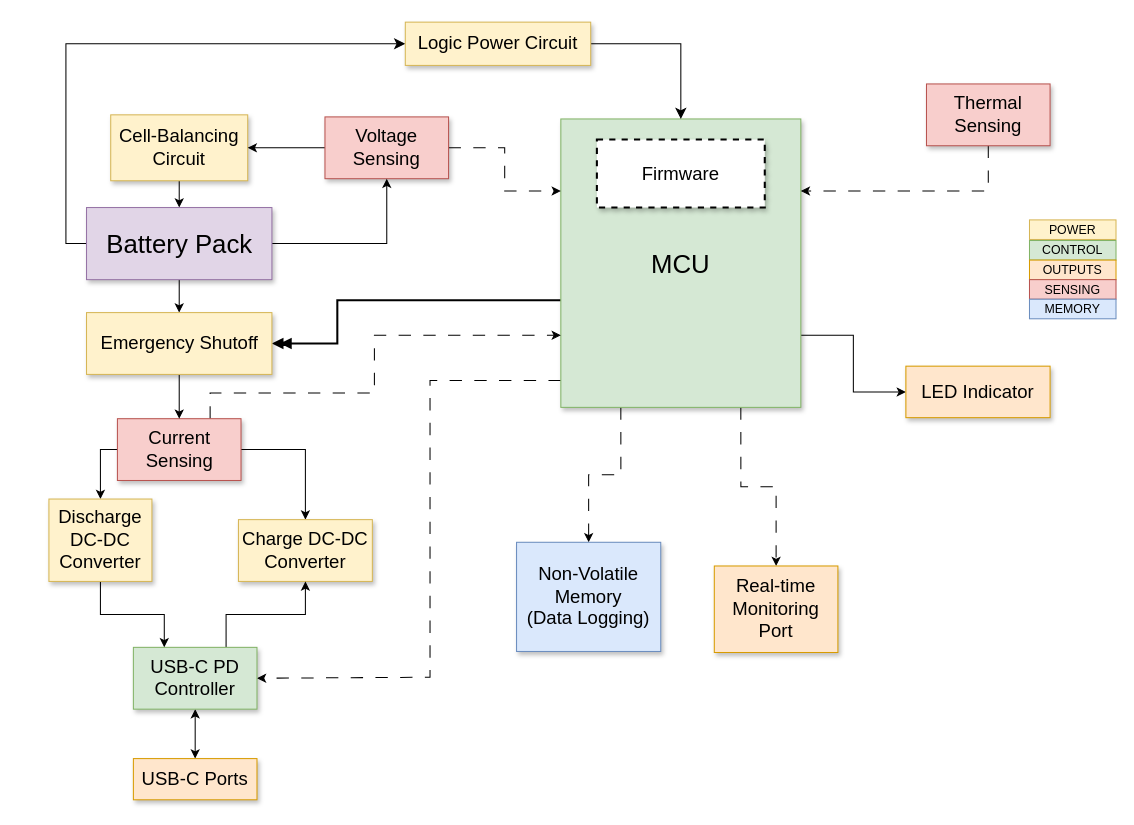
Before: page "Top level" (1 of 3) of System_architecture.drawio in Spirit-Crusher/BattMaster, a draw.io diagram. Source tidied: cells renumbered, new cells numbered last; positions are measured from the earlier drawing's top-left corner, leaving out a move shared by most shapes. Both pictures are drawn from the tidied source at 103%, with x=0, y=0 at pixel (48, 22).
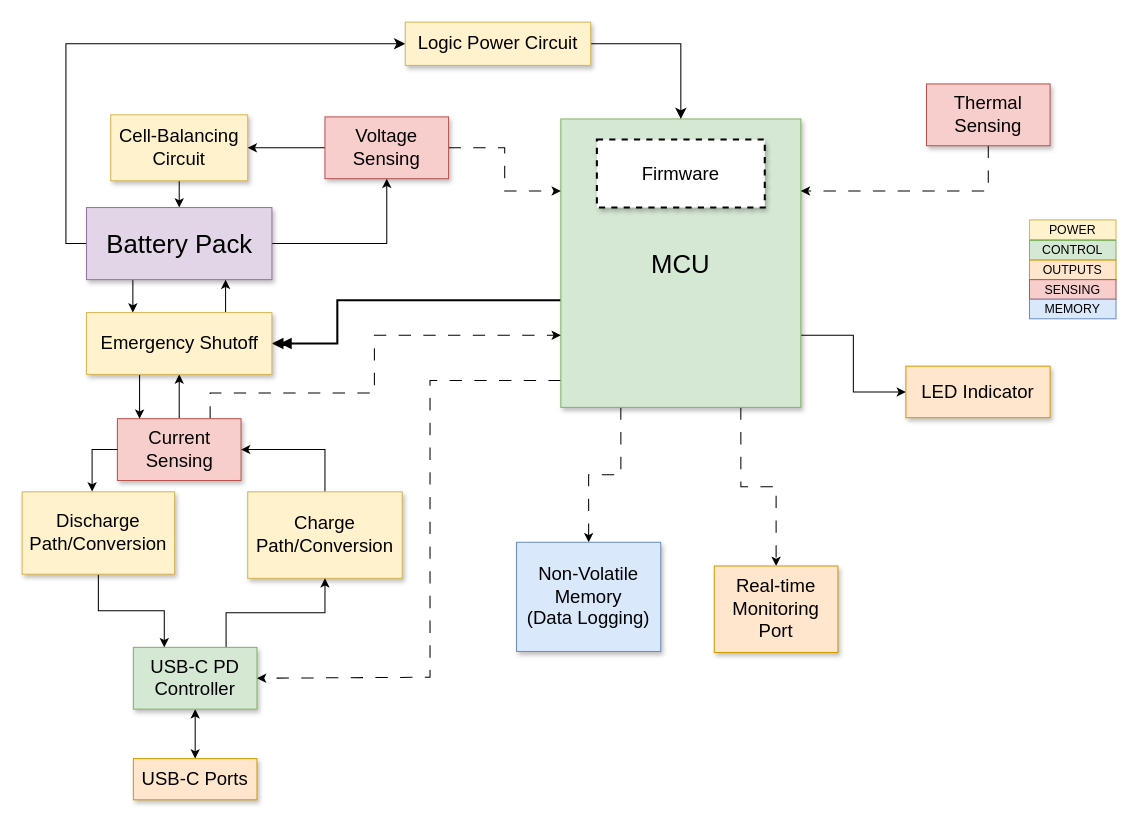
Above is the later version.

The change refers to these unchanged cells:
```xml
<mxCell id="21" value="&lt;font style=&quot;font-size: 25px;&quot;&gt;Battery Pack&lt;/font&gt;" style="whiteSpace=wrap;html=1;shadow=1;fontSize=18;fillColor=#e1d5e7;strokeColor=#9673a6;" parent="1" vertex="1">
  <mxGeometry x="36.5" y="180" width="180" height="70" as="geometry" />
</mxCell>
<mxCell id="25" value="Current Sensing" style="whiteSpace=wrap;html=1;shadow=1;fontSize=18;fillColor=#f8cecc;strokeColor=#b85450;" parent="1" vertex="1">
  <mxGeometry x="66.5" y="385" width="120" height="60" as="geometry" />
</mxCell>
<mxCell id="29" value="Emergency Shutoff" style="whiteSpace=wrap;html=1;shadow=1;fontSize=18;fillColor=#fff2cc;strokeColor=#d6b656;" parent="1" vertex="1">
  <mxGeometry x="36.5" y="282" width="180" height="60" as="geometry" />
</mxCell>
<mxCell id="31" value="Logic Power Circuit" style="whiteSpace=wrap;html=1;shadow=1;fontSize=18;fillColor=#fff2cc;strokeColor=#d6b656;" parent="1" vertex="1">
  <mxGeometry x="346" width="180" height="42" as="geometry" />
</mxCell>
```

The edit, as a diff of the source:
```diff
@@
+    <mxCell id="20" style="edgeStyle=orthogonalEdgeStyle;rounded=0;jettySize=auto;html=1;exitX=0;exitY=0.5;exitDx=0;exitDy=0;entryX=0;entryY=0.5;entryDx=0;entryDy=0;fontSize=12;startSize=8;endSize=8;" parent="1" edge="1" source="21" target="31">
+      <mxGeometry relative="1" as="geometry" />
+    </mxCell>
-    <mxCell id="19" style="edgeStyle=orthogonalEdgeStyle;rounded=0;jettySize=auto;html=1;exitX=0.5;exitY=1;exitDx=0;exitDy=0;entryX=0.5;entryY=0;entryDx=0;entryDy=0;" parent="1" edge="1" source="21" target="29">
+    <mxCell id="19" style="edgeStyle=orthogonalEdgeStyle;rounded=0;jettySize=auto;html=1;exitX=0.25;exitY=1;exitDx=0;exitDy=0;entryX=0.25;entryY=0;entryDx=0;entryDy=0;" parent="1" edge="1" source="21" target="29">
       <mxGeometry relative="1" as="geometry" />
     </mxCell>
-    <mxCell id="20" style="edgeStyle=orthogonalEdgeStyle;rounded=0;jettySize=auto;html=1;exitX=0;exitY=0.5;exitDx=0;exitDy=0;entryX=0;entryY=0.5;entryDx=0;entryDy=0;fontSize=12;startSize=8;endSize=8;" parent="1" edge="1" source="21" target="31">
-      <mxGeometry relative="1" as="geometry" />
-    </mxCell>
@@
-    <mxCell id="22" style="edgeStyle=orthogonalEdgeStyle;rounded=0;jettySize=auto;html=1;entryX=0.5;entryY=0;entryDx=0;entryDy=0;exitX=0;exitY=0.5;exitDx=0;exitDy=0;" parent="1" edge="1" source="25" target="36">
-      <mxGeometry relative="1" as="geometry">
-        <Array as="points">
-          <mxPoint x="50" y="415" />
-        </Array>
-      </mxGeometry>
-    </mxCell>
-    <mxCell id="23" style="edgeStyle=orthogonalEdgeStyle;rounded=0;jettySize=auto;html=1;exitX=1;exitY=0.5;exitDx=0;exitDy=0;entryX=0.5;entryY=0;entryDx=0;entryDy=0;" parent="1" edge="1" source="25" target="27">
-      <mxGeometry relative="1" as="geometry" />
-    </mxCell>
@@
+    <mxCell id="43" style="edgeStyle=orthogonalEdgeStyle;rounded=0;jettySize=auto;html=1;exitX=0.5;exitY=0;exitDx=0;exitDy=0;entryX=0.5;entryY=1;entryDx=0;entryDy=0;" parent="1" edge="1" source="25" target="29">
+      <mxGeometry relative="1" as="geometry" />
+    </mxCell>
@@
+    <mxCell id="44" style="edgeStyle=orthogonalEdgeStyle;rounded=0;jettySize=auto;html=1;exitX=0.5;exitY=0;exitDx=0;exitDy=0;entryX=1;entryY=0.5;entryDx=0;entryDy=0;" parent="1" edge="1" source="27" target="25">
+      <mxGeometry relative="1" as="geometry" />
+    </mxCell>
-    <mxCell id="27" value="Charge DC-DC Converter" style="whiteSpace=wrap;html=1;shadow=1;fontSize=18;fillColor=#fff2cc;strokeColor=#d6b656;" parent="1" vertex="1">
-      <mxGeometry x="184" y="483" width="130" height="60" as="geometry" />
+    <mxCell id="27" value="Charge Path/Conversion" style="whiteSpace=wrap;html=1;shadow=1;fontSize=18;fillColor=#fff2cc;strokeColor=#d6b656;" parent="1" vertex="1">
+      <mxGeometry x="193" y="456" width="150" height="84" as="geometry" />
     </mxCell>
     <mxCell id="28" style="edgeStyle=orthogonalEdgeStyle;rounded=0;jettySize=auto;html=1;" parent="1" edge="1" source="29" target="25">
-      <mxGeometry relative="1" as="geometry" />
+      <mxGeometry relative="1" as="geometry">
+        <Array as="points">
+          <mxPoint x="88" y="372" />
+          <mxPoint x="88" y="372" />
+        </Array>
+      </mxGeometry>
     </mxCell>
+    <mxCell id="45" style="edgeStyle=orthogonalEdgeStyle;rounded=0;jettySize=auto;html=1;exitX=0.75;exitY=0;exitDx=0;exitDy=0;entryX=0.75;entryY=1;entryDx=0;entryDy=0;" parent="1" edge="1" source="29" target="21">
+      <mxGeometry relative="1" as="geometry" />
+    </mxCell>
@@
-    <mxCell id="36" value="Discharge DC-DC Converter" style="whiteSpace=wrap;html=1;shadow=1;fontSize=18;fillColor=#fff2cc;strokeColor=#d6b656;" parent="1" vertex="1">
-      <mxGeometry y="463" width="100" height="80" as="geometry" />
+    <mxCell id="36" value="Discharge Path/Conversion" style="whiteSpace=wrap;html=1;shadow=1;fontSize=18;fillColor=#fff2cc;strokeColor=#d6b656;" parent="1" vertex="1">
+      <mxGeometry x="-26" y="456" width="148" height="80" as="geometry" />
     </mxCell>
@@
+    <mxCell id="22" style="edgeStyle=orthogonalEdgeStyle;rounded=0;jettySize=auto;html=1;exitX=0;exitY=0.5;exitDx=0;exitDy=0;entryX=0.459;entryY=-0.004;entryDx=0;entryDy=0;entryPerimeter=0;" parent="1" edge="1" source="25" target="36">
+      <mxGeometry relative="1" as="geometry" />
+    </mxCell>
```
